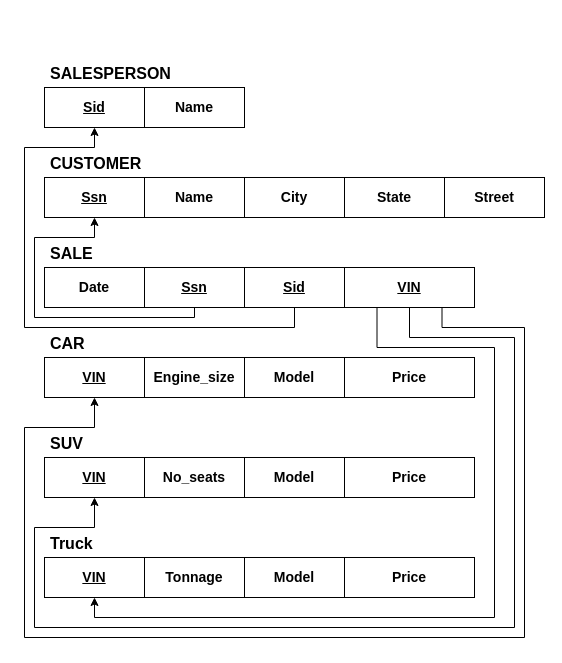
This is page "Exercise2B" (3 of 6) of EERD and Relational Schema.drawio from HAZberi/ensf-608-assignment1-eerd, a draw.io file, before an edit. Source tidied: cells renumbered, new cells numbered last; positions are measured from the earlier drawing's top-left corner, leaving out a move shared by most shapes. Both pictures are drawn from the tidied source at 100%, with x=0, y=0 at pixel (24, 57).
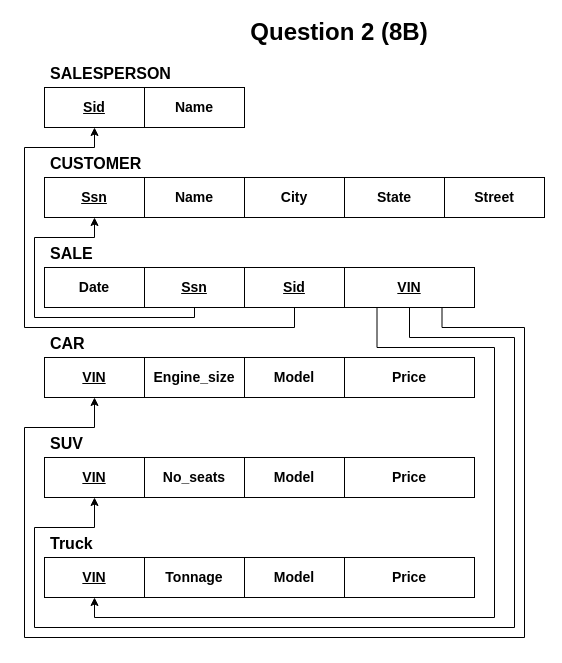
The same diagram, later.

Diff of the diagram source:
```diff
@@
+    <mxCell id="42" value="&lt;font style=&quot;font-size: 24px;&quot;&gt;&lt;b&gt;Question 2 (8B)&lt;br&gt;&lt;/b&gt;&lt;/font&gt;" style="text;html=1;strokeColor=none;fillColor=none;align=center;verticalAlign=middle;whiteSpace=wrap;rounded=0;" parent="1" vertex="1">
+      <mxGeometry x="210" y="-40" width="210" height="30" as="geometry" />
+    </mxCell>
```
